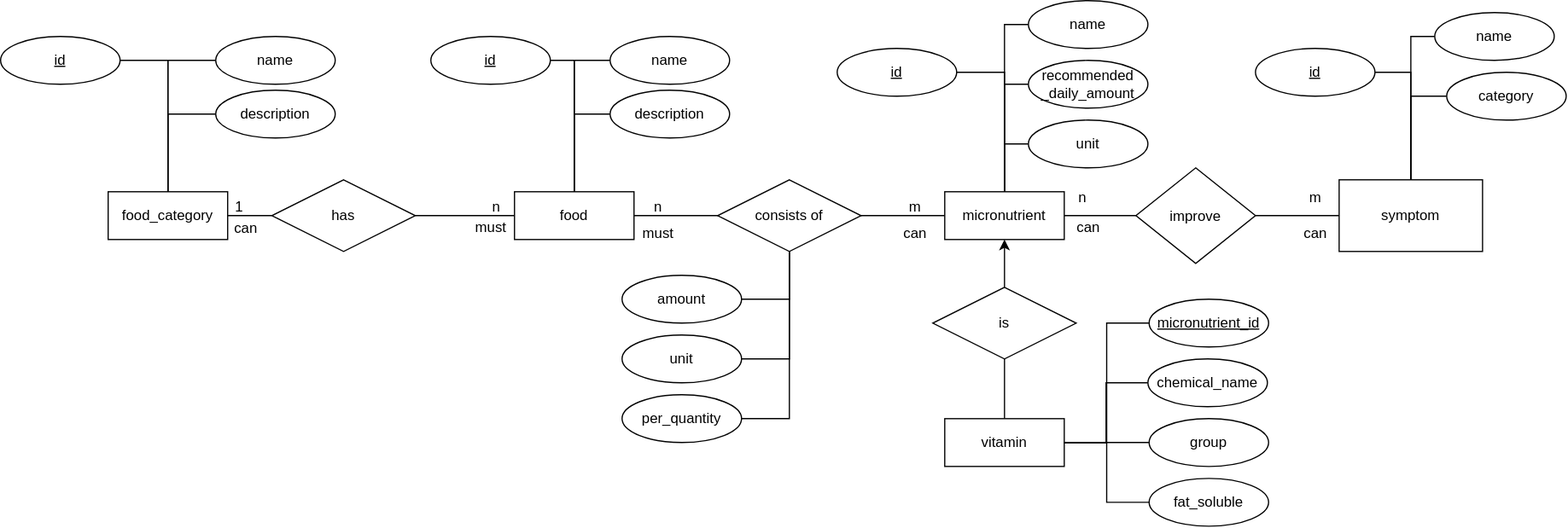
taylorPat/micronutrients keeps this draw.io diagram as assets/data_modelling/micro_nutrition_erm.drawio.svg. Above is the earlier version. Source tidied: cells renumbered, new cells last; positions are measured from the earlier drawing's top-left corner, leaving out a move shared by most shapes.
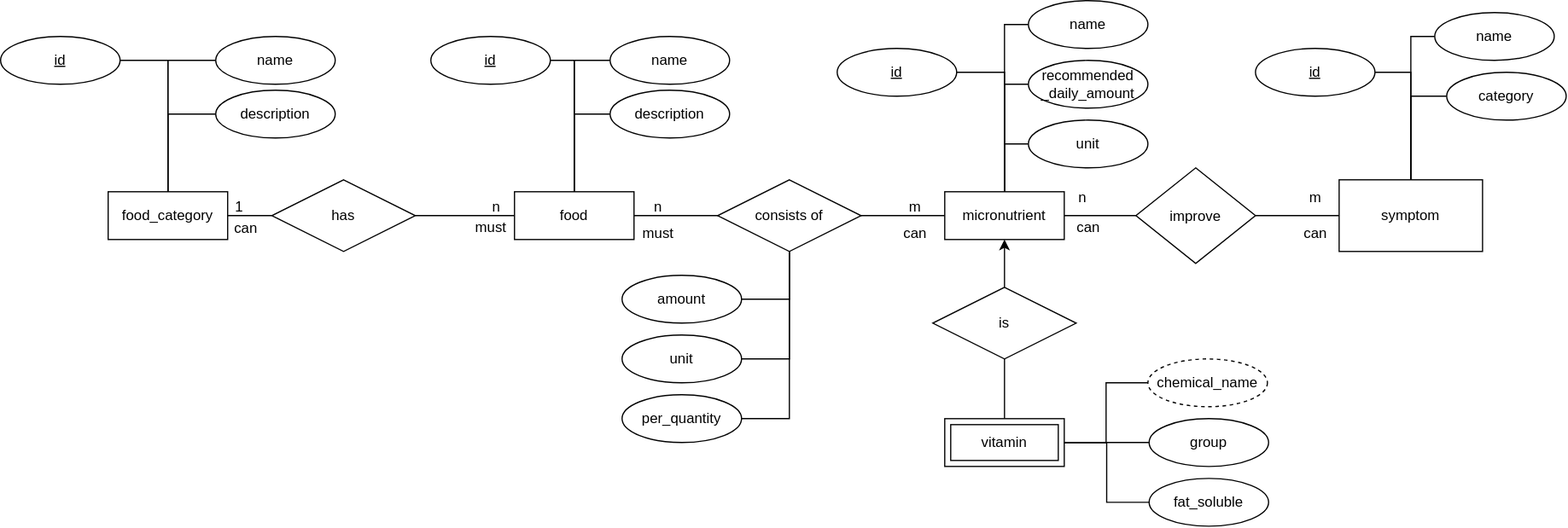
Later version of the same file.

Diff of the diagram source:
```diff
@@ -60,7 +60,7 @@
     <mxCell id="19" value="consists of" style="shape=rhombus;perimeter=rhombusPerimeter;whiteSpace=wrap;html=1;align=center;" parent="1" vertex="1">
       <mxGeometry x="600" y="150" width="120" height="60" as="geometry" />
     </mxCell>
-    <mxCell id="20" value="vitamin" style="whiteSpace=wrap;html=1;align=center;" parent="1" vertex="1">
+    <mxCell id="20" value="vitamin" style="shape=ext;margin=3;double=1;whiteSpace=wrap;html=1;align=center;" parent="1" vertex="1">
       <mxGeometry x="790" y="350" width="100" height="40" as="geometry" />
     </mxCell>
     <mxCell id="21" style="edgeStyle=orthogonalEdgeStyle;rounded=0;jettySize=auto;html=1;endArrow=none;endFill=0;startArrow=classic;startFill=1;" parent="1" edge="1" source="12" target="22">
@@ -69,12 +69,6 @@
     <mxCell id="22" value="is" style="shape=rhombus;perimeter=rhombusPerimeter;whiteSpace=wrap;html=1;align=center;" parent="1" vertex="1">
       <mxGeometry x="780" y="240" width="120" height="60" as="geometry" />
     </mxCell>
-    <mxCell id="23" style="edgeStyle=orthogonalEdgeStyle;rounded=0;jettySize=auto;html=1;entryX=1;entryY=0.5;entryDx=0;entryDy=0;endArrow=none;endFill=0;" parent="1" edge="1" source="24" target="20">
-      <mxGeometry relative="1" as="geometry" />
-    </mxCell>
-    <mxCell id="24" value="micronutrient_id" style="ellipse;whiteSpace=wrap;html=1;align=center;fontStyle=4;" parent="1" vertex="1">
-      <mxGeometry x="961" y="250" width="100" height="40" as="geometry" />
-    </mxCell>
     <mxCell id="25" style="edgeStyle=orthogonalEdgeStyle;rounded=0;jettySize=auto;html=1;endArrow=none;endFill=0;entryX=1;entryY=0.5;entryDx=0;entryDy=0;" parent="1" edge="1" source="26" target="20">
       <mxGeometry relative="1" as="geometry" />
     </mxCell>
@@ -105,11 +99,16 @@
     <mxCell id="34" style="edgeStyle=orthogonalEdgeStyle;rounded=0;jettySize=auto;html=1;entryX=1;entryY=0.5;entryDx=0;entryDy=0;endArrow=none;endFill=0;" parent="1" edge="1" source="35" target="20">
       <mxGeometry relative="1" as="geometry" />
     </mxCell>
-    <mxCell id="35" value="chemical_name" style="ellipse;whiteSpace=wrap;html=1;align=center;" parent="1" vertex="1">
+    <mxCell id="35" value="chemical_name" style="ellipse;whiteSpace=wrap;html=1;align=center;dashed=1;" parent="1" vertex="1">
       <mxGeometry x="960" y="300" width="100" height="40" as="geometry" />
     </mxCell>
     <mxCell id="36" style="edgeStyle=orthogonalEdgeStyle;rounded=0;jettySize=auto;html=1;entryX=1;entryY=0.5;entryDx=0;entryDy=0;endArrow=none;endFill=0;" parent="1" edge="1" source="37" target="20">
-      <mxGeometry relative="1" as="geometry" />
+      <mxGeometry relative="1" as="geometry">
+        <Array as="points">
+          <mxPoint x="925.5" y="420" />
+          <mxPoint x="925.5" y="370" />
+        </Array>
+      </mxGeometry>
     </mxCell>
     <mxCell id="37" value="fat_soluble" style="ellipse;whiteSpace=wrap;html=1;align=center;" parent="1" vertex="1">
       <mxGeometry x="961" y="400" width="100" height="40" as="geometry" />
```
